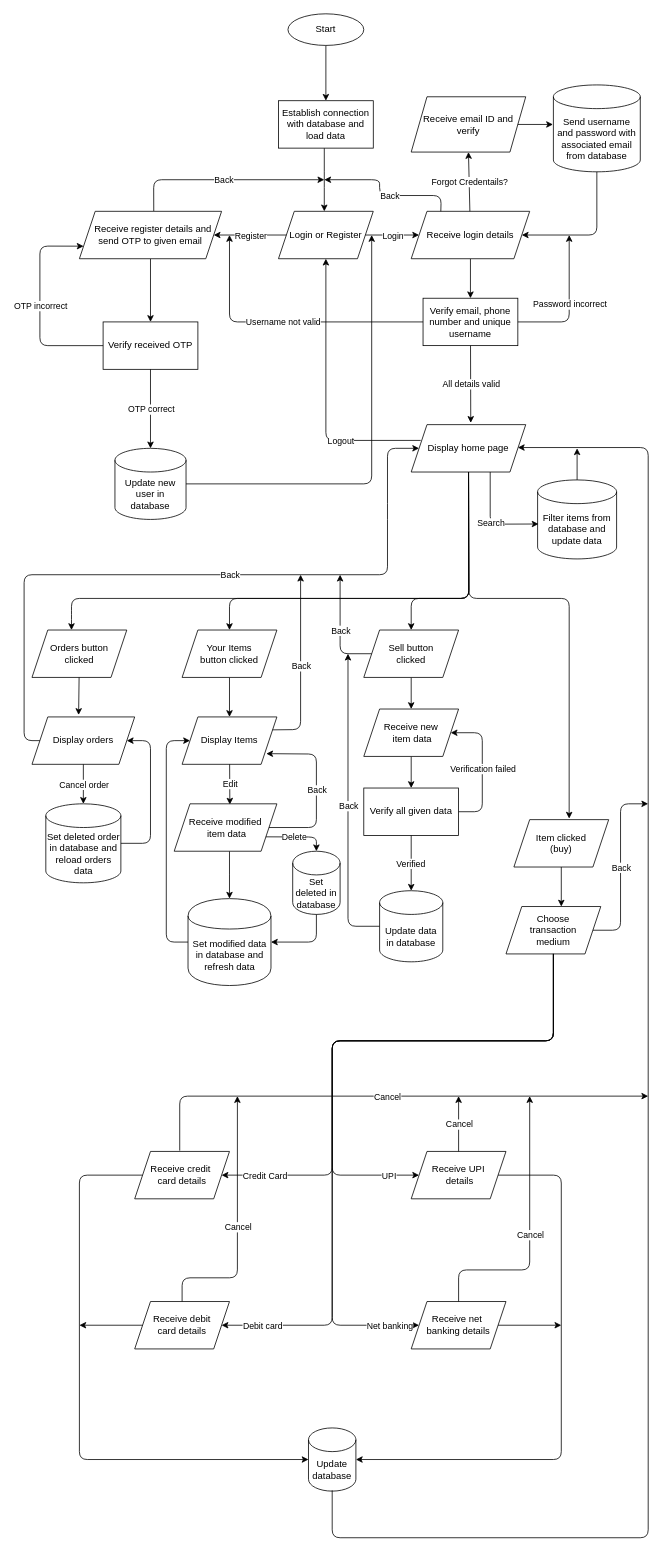
acmpesuecc/GrowPal keeps this draw.io diagram as Untitled Diagram.drawio. Above is the earlier version. Source tidied: cells renumbered, new cells numbered last; positions are measured from the earlier drawing's top-left corner, leaving out a move shared by most shapes. Both pictures are drawn from the tidied source at 79%, with x=0, y=0 at pixel (24, 13).
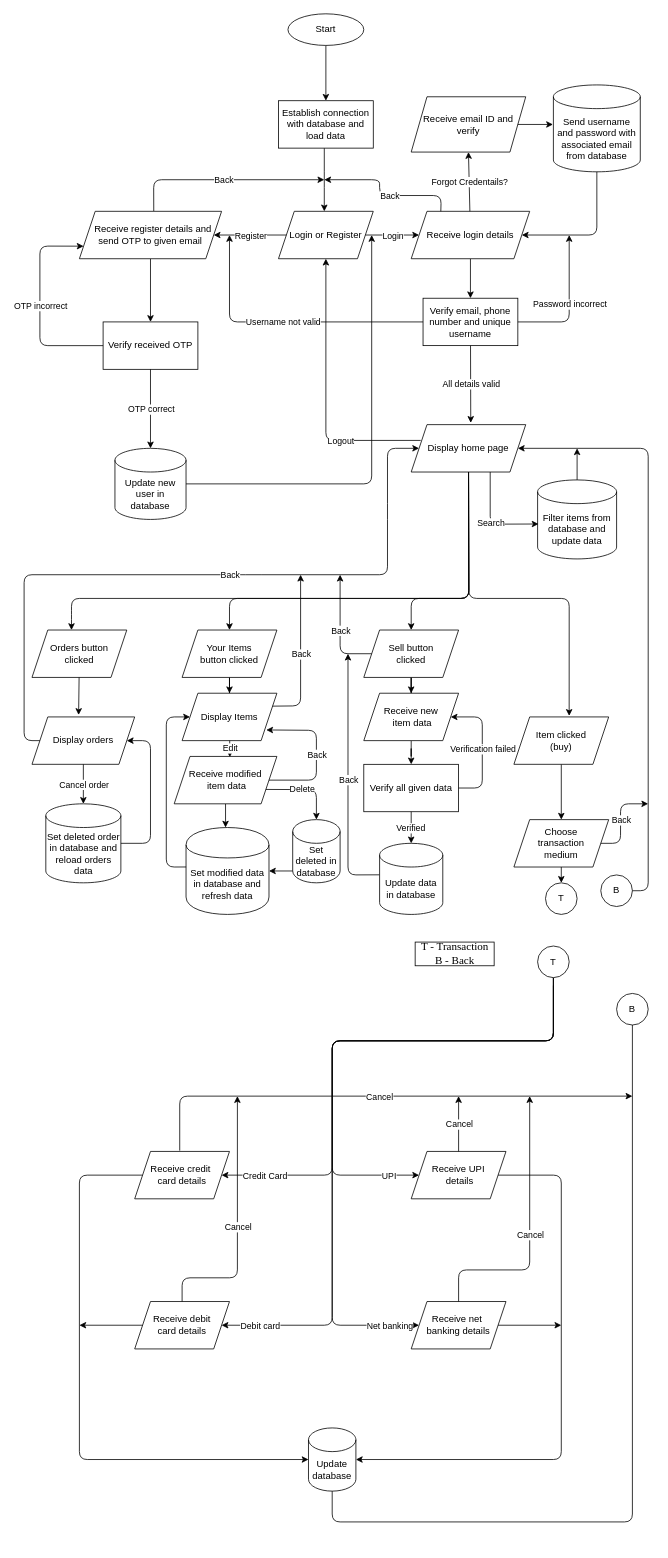
The same diagram, later.

Unchanged cells that the change refers to:
```xml
<mxCell id="38" value="Display home page" style="shape=parallelogram;perimeter=parallelogramPerimeter;whiteSpace=wrap;html=1;fixedSize=1;" parent="1" vertex="1">
  <mxGeometry x="490" y="520" width="145" height="60" as="geometry" />
</mxCell>
<mxCell id="50" value="Display orders" style="shape=parallelogram;perimeter=parallelogramPerimeter;whiteSpace=wrap;html=1;fixedSize=1;" parent="1" vertex="1">
  <mxGeometry x="10" y="890" width="130" height="60" as="geometry" />
</mxCell>
<mxCell id="95" value="Receive UPI&lt;br&gt;&amp;nbsp;details" style="shape=parallelogram;perimeter=parallelogramPerimeter;whiteSpace=wrap;html=1;fixedSize=1;" parent="1" vertex="1">
  <mxGeometry x="490" y="1440" width="120" height="60" as="geometry" />
</mxCell>
<mxCell id="96" value="Receive credit&amp;nbsp;&lt;br&gt;card details" style="shape=parallelogram;perimeter=parallelogramPerimeter;whiteSpace=wrap;html=1;fixedSize=1;" parent="1" vertex="1">
  <mxGeometry x="140" y="1440" width="120" height="60" as="geometry" />
</mxCell>
<mxCell id="97" value="Receive net&amp;nbsp;&lt;br&gt;banking details" style="shape=parallelogram;perimeter=parallelogramPerimeter;whiteSpace=wrap;html=1;fixedSize=1;" parent="1" vertex="1">
  <mxGeometry x="490" y="1630" width="120" height="60" as="geometry" />
</mxCell>
<mxCell id="98" value="Receive debit&lt;br&gt;card details" style="shape=parallelogram;perimeter=parallelogramPerimeter;whiteSpace=wrap;html=1;fixedSize=1;" parent="1" vertex="1">
  <mxGeometry x="140" y="1630" width="120" height="60" as="geometry" />
</mxCell>
<mxCell id="99" value="Update database" style="shape=cylinder3;whiteSpace=wrap;html=1;boundedLbl=1;backgroundOutline=1;size=15;" parent="1" vertex="1">
  <mxGeometry x="360" y="1790" width="60" height="80" as="geometry" />
</mxCell>
```

Change to the diagram source:
```diff
@@
     <mxCell id="49" value="Item clicked&lt;br&gt;(buy)" style="shape=parallelogram;perimeter=parallelogramPerimeter;whiteSpace=wrap;html=1;fixedSize=1;" parent="1" vertex="1">
-      <mxGeometry x="620" y="1020" width="120" height="60" as="geometry" />
+      <mxGeometry x="620" y="890" width="120" height="60" as="geometry" />
     </mxCell>
@@
     <mxCell id="51" style="endArrow=classic;html=1;entryX=0;entryY=0.5;entryDx=0;entryDy=0;" parent="1" edge="1" source="50" target="38">
       <mxGeometry relative="1" as="geometry">
         <Array as="points">
           <mxPoint y="920" />
           <mxPoint y="710" />
+          <mxPoint x="290" y="710" />
           <mxPoint x="460" y="710" />
           <mxPoint x="460" y="630" />
           <mxPoint x="460" y="550" />
         </Array>
       </mxGeometry>
     </mxCell>
@@
     <mxCell id="58" value="Display Items" style="shape=parallelogram;perimeter=parallelogramPerimeter;whiteSpace=wrap;html=1;fixedSize=1;" parent="1" vertex="1">
-      <mxGeometry x="200" y="890" width="120" height="60" as="geometry" />
+      <mxGeometry x="200" y="860" width="120" height="60" as="geometry" />
     </mxCell>
@@
     <mxCell id="62" value="Receive modified&lt;br&gt;&amp;nbsp;item data" style="shape=parallelogram;perimeter=parallelogramPerimeter;whiteSpace=wrap;html=1;fixedSize=1;" parent="1" vertex="1">
-      <mxGeometry x="190" y="1000" width="130" height="60" as="geometry" />
+      <mxGeometry x="190" y="940" width="130" height="60" as="geometry" />
     </mxCell>
     <mxCell id="63" style="endArrow=classic;html=1;entryX=0.5;entryY=0;entryDx=0;entryDy=0;entryPerimeter=0;exitX=1;exitY=0.75;exitDx=0;exitDy=0;" parent="1" edge="1" source="62" target="65">
       <mxGeometry relative="1" as="geometry">
         <Array as="points">
-          <mxPoint x="370" y="1042" />
+          <mxPoint x="370" y="982" />
         </Array>
       </mxGeometry>
     </mxCell>
@@
     <mxCell id="65" value="Set deleted in database" style="shape=cylinder3;whiteSpace=wrap;html=1;boundedLbl=1;backgroundOutline=1;size=15;" parent="1" vertex="1">
-      <mxGeometry x="340" y="1060" width="60" height="80" as="geometry" />
+      <mxGeometry x="340" y="1020" width="60" height="80" as="geometry" />
     </mxCell>
     <mxCell id="66" style="endArrow=classic;html=1;entryX=0.888;entryY=0.775;entryDx=0;entryDy=0;exitX=1;exitY=0.5;exitDx=0;exitDy=0;entryPerimeter=0;" parent="1" edge="1" source="62" target="58">
       <mxGeometry relative="1" as="geometry">
         <Array as="points">
-          <mxPoint x="370" y="1030" />
-          <mxPoint x="370" y="937" />
+          <mxPoint x="370" y="970" />
+          <mxPoint x="370" y="907" />
         </Array>
       </mxGeometry>
     </mxCell>
@@
     <mxCell id="68" style="endArrow=classic;html=1;exitX=1;exitY=0.25;exitDx=0;exitDy=0;" parent="1" edge="1" source="58">
       <mxGeometry relative="1" as="geometry">
         <mxPoint x="350" y="710" as="targetPoint" />
         <Array as="points">
-          <mxPoint x="350" y="906" />
+          <mxPoint x="350" y="876" />
         </Array>
       </mxGeometry>
     </mxCell>
@@
     <mxCell id="70" value="Set modified data in database and refresh data" style="shape=cylinder;whiteSpace=wrap;html=1;boundedLbl=1;backgroundOutline=1;" parent="1" vertex="1">
-      <mxGeometry x="207.5" y="1120" width="105" height="110" as="geometry" />
+      <mxGeometry x="205" y="1030" width="105" height="110" as="geometry" />
     </mxCell>
-    <mxCell id="71" style="endArrow=classic;html=1;entryX=0;entryY=0.5;entryDx=0;entryDy=0;" parent="1" edge="1" source="70" target="58">
+    <mxCell id="71" style="endArrow=classic;html=1;entryX=0;entryY=0.5;entryDx=0;entryDy=0;exitX=0.001;exitY=0.454;exitDx=0;exitDy=0;exitPerimeter=0;" parent="1" edge="1" source="70" target="58">
       <mxGeometry relative="1" as="geometry">
         <Array as="points">
-          <mxPoint x="180" y="1175" />
-          <mxPoint x="180" y="920" />
+          <mxPoint x="180" y="1080" />
+          <mxPoint x="180" y="890" />
         </Array>
       </mxGeometry>
     </mxCell>
-    <mxCell id="72" style="endArrow=classic;html=1;entryX=1;entryY=0.5;entryDx=0;entryDy=0;" parent="1" edge="1" source="65" target="70">
+    <mxCell id="72" style="endArrow=classic;html=1;entryX=1;entryY=0.5;entryDx=0;entryDy=0;" parent="1" edge="1" target="70">
       <mxGeometry relative="1" as="geometry">
-        <Array as="points">
-          <mxPoint x="370" y="1175" />
-        </Array>
+        <mxPoint x="340" y="1085" as="sourcePoint" />
       </mxGeometry>
     </mxCell>
@@
     <mxCell id="74" value="Receive new&lt;br&gt;&amp;nbsp;item data" style="shape=parallelogram;perimeter=parallelogramPerimeter;whiteSpace=wrap;html=1;fixedSize=1;" parent="1" vertex="1">
-      <mxGeometry x="430" y="880" width="120" height="60" as="geometry" />
+      <mxGeometry x="430" y="860" width="120" height="60" as="geometry" />
     </mxCell>
     <mxCell id="75" value="Verify all given data" style="rounded=0;whiteSpace=wrap;html=1;" parent="1" vertex="1">
-      <mxGeometry x="430" y="980" width="120" height="60" as="geometry" />
+      <mxGeometry x="430" y="950" width="120" height="60" as="geometry" />
     </mxCell>
     <mxCell id="76" style="endArrow=classic;html=1;entryX=1;entryY=0.5;entryDx=0;entryDy=0;" parent="1" edge="1" source="75" target="74">
       <mxGeometry relative="1" as="geometry">
         <Array as="points">
-          <mxPoint x="580" y="1010" />
-          <mxPoint x="580" y="910" />
+          <mxPoint x="580" y="980" />
+          <mxPoint x="580" y="890" />
         </Array>
       </mxGeometry>
     </mxCell>
@@
     <mxCell id="78" value="Update data in database" style="shape=cylinder3;whiteSpace=wrap;html=1;boundedLbl=1;backgroundOutline=1;size=15;" parent="1" vertex="1">
-      <mxGeometry x="450" y="1110" width="80" height="90" as="geometry" />
+      <mxGeometry x="450" y="1050" width="80" height="90" as="geometry" />
     </mxCell>
@@
     <mxCell id="81" value="Choose&lt;br&gt;transaction &lt;br&gt;medium" style="shape=parallelogram;perimeter=parallelogramPerimeter;whiteSpace=wrap;html=1;fixedSize=1;" parent="1" vertex="1">
-      <mxGeometry x="610" y="1130" width="120" height="60" as="geometry" />
+      <mxGeometry x="620" y="1020" width="120" height="60" as="geometry" />
     </mxCell>
@@
-    <mxCell id="84" style="endArrow=classic;html=1;" parent="1" edge="1" source="78">
+    <mxCell id="84" style="endArrow=classic;html=1;exitX=-0.004;exitY=0.443;exitDx=0;exitDy=0;exitPerimeter=0;" parent="1" edge="1" source="78">
       <mxGeometry relative="1" as="geometry">
         <mxPoint x="410" y="810" as="targetPoint" />
         <Array as="points">
-          <mxPoint x="410" y="1155" />
+          <mxPoint x="410" y="1090" />
         </Array>
       </mxGeometry>
     </mxCell>
@@
-    <mxCell id="87" style="endArrow=classic;html=1;" parent="1" edge="1" source="81" target="95">
+    <mxCell id="87" style="endArrow=classic;html=1;" parent="1" edge="1" target="95">
       <mxGeometry relative="1" as="geometry">
+        <mxPoint x="670" y="1190" as="sourcePoint" />
         <Array as="points">
           <mxPoint x="670" y="1300" />
           <mxPoint x="390" y="1300" />
           <mxPoint x="390" y="1470" />
         </Array>
       </mxGeometry>
     </mxCell>
@@
-    <mxCell id="89" style="endArrow=classic;html=1;" parent="1" edge="1" source="81" target="96">
+    <mxCell id="89" style="endArrow=classic;html=1;" parent="1" edge="1" target="96">
       <mxGeometry relative="1" as="geometry">
+        <mxPoint x="670" y="1190" as="sourcePoint" />
         <Array as="points">
           <mxPoint x="670" y="1300" />
           <mxPoint x="390" y="1300" />
           <mxPoint x="390" y="1470" />
         </Array>
       </mxGeometry>
     </mxCell>
@@
-    <mxCell id="91" style="endArrow=classic;html=1;" parent="1" edge="1" source="81" target="97">
+    <mxCell id="91" style="endArrow=classic;html=1;" parent="1" edge="1" target="97">
       <mxGeometry relative="1" as="geometry">
+        <mxPoint x="670" y="1190" as="sourcePoint" />
         <Array as="points">
           <mxPoint x="670" y="1300" />
           <mxPoint x="390" y="1300" />
           <mxPoint x="390" y="1660" />
         </Array>
       </mxGeometry>
     </mxCell>
@@
-    <mxCell id="93" style="endArrow=classic;html=1;shadow=0;" parent="1" edge="1" source="81" target="98">
+    <mxCell id="93" style="endArrow=classic;html=1;shadow=0;" parent="1" edge="1" target="98">
       <mxGeometry relative="1" as="geometry">
+        <mxPoint x="670" y="1230" as="sourcePoint" />
         <Array as="points">
           <mxPoint x="670" y="1300" />
           <mxPoint x="390" y="1300" />
           <mxPoint x="390" y="1660" />
         </Array>
       </mxGeometry>
     </mxCell>
@@
-    <mxCell id="104" style="endArrow=classic;html=1;entryX=1;entryY=0.5;entryDx=0;entryDy=0;" parent="1" edge="1">
+    <mxCell id="104" style="endArrow=classic;html=1;exitX=0.5;exitY=1;exitDx=0;exitDy=0;exitPerimeter=0;" parent="1" edge="1" source="99">
       <mxGeometry relative="1" as="geometry">
-        <mxPoint x="390" y="1869" as="sourcePoint" />
-        <mxPoint x="625" y="549" as="targetPoint" />
+        <mxPoint x="770" y="1260" as="targetPoint" />
         <Array as="points">
-          <mxPoint x="390" y="1929" />
-          <mxPoint x="790" y="1929" />
-          <mxPoint x="790" y="549" />
+          <mxPoint x="390" y="1909" />
+          <mxPoint x="770" y="1909" />
         </Array>
       </mxGeometry>
     </mxCell>
     <mxCell id="105" style="endArrow=classic;html=1;" parent="1" edge="1">
       <mxGeometry relative="1" as="geometry">
         <mxPoint x="197" y="1439" as="sourcePoint" />
-        <mxPoint x="790" y="1370" as="targetPoint" />
+        <mxPoint x="770" y="1370" as="targetPoint" />
         <Array as="points">
           <mxPoint x="197" y="1370" />
         </Array>
       </mxGeometry>
     </mxCell>
@@
     <mxCell id="113" style="endArrow=classic;html=1;exitX=1;exitY=0.5;exitDx=0;exitDy=0;" parent="1" edge="1" source="81">
       <mxGeometry relative="1" as="geometry">
         <mxPoint x="790" y="1000" as="targetPoint" />
         <Array as="points">
-          <mxPoint x="755" y="1160" />
+          <mxPoint x="755" y="1050" />
           <mxPoint x="755" y="1000" />
         </Array>
       </mxGeometry>
     </mxCell>
@@
+    <mxCell id="121" value="T" style="ellipse;whiteSpace=wrap;html=1;" parent="1" vertex="1">
+      <mxGeometry x="650" y="1180" width="40" height="40" as="geometry" />
+    </mxCell>
+    <mxCell id="122" style="endArrow=classic;html=1;entryX=0.5;entryY=0;entryDx=0;entryDy=0;" parent="1" edge="1" source="81" target="123">
+      <mxGeometry relative="1" as="geometry" />
+    </mxCell>
+    <mxCell id="123" value="T" style="ellipse;whiteSpace=wrap;html=1;" parent="1" vertex="1">
+      <mxGeometry x="660" y="1100" width="40" height="40" as="geometry" />
+    </mxCell>
+    <mxCell id="124" value="B" style="ellipse;whiteSpace=wrap;html=1;" parent="1" vertex="1">
+      <mxGeometry x="750" y="1240" width="40" height="40" as="geometry" />
+    </mxCell>
+    <mxCell id="125" value="B" style="ellipse;whiteSpace=wrap;html=1;" parent="1" vertex="1">
+      <mxGeometry x="730" y="1090" width="40" height="40" as="geometry" />
+    </mxCell>
+    <mxCell id="126" style="endArrow=classic;html=1;entryX=1;entryY=0.5;entryDx=0;entryDy=0;" parent="1" edge="1" source="125" target="38">
+      <mxGeometry relative="1" as="geometry">
+        <Array as="points">
+          <mxPoint x="790" y="1110" />
+          <mxPoint x="790" y="550" />
+        </Array>
+      </mxGeometry>
+    </mxCell>
+    <mxCell id="127" value="&lt;font style=&quot;font-size: 14px&quot; face=&quot;Times New Roman&quot;&gt;T - Transaction&lt;br&gt;B - Back&lt;/font&gt;" style="text;html=1;align=center;verticalAlign=middle;fillColor=none;shadow=0;strokeColor=#000000;" parent="1" vertex="1">
+      <mxGeometry x="495" y="1175" width="100" height="30" as="geometry" />
+    </mxCell>
```
